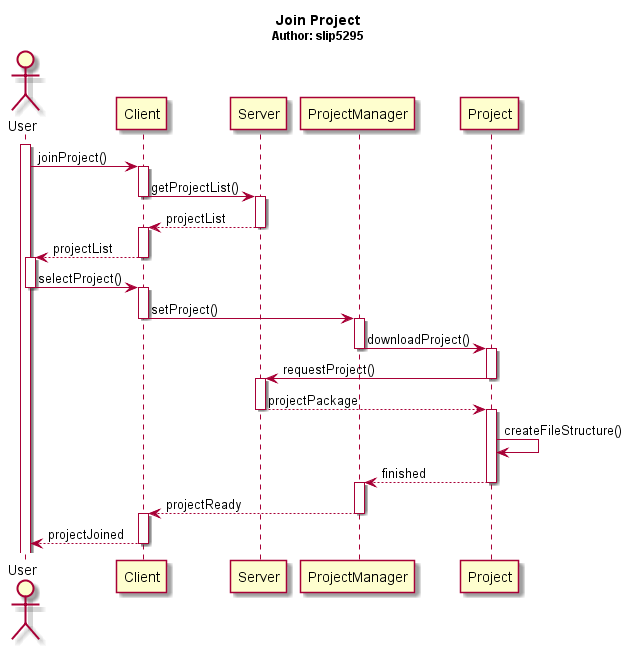
This is Sequence Diagrams/Client/join_project_sequence_diagram.png from voxelv/sQuire_kw, a PlantUML export, as it was before one commit.
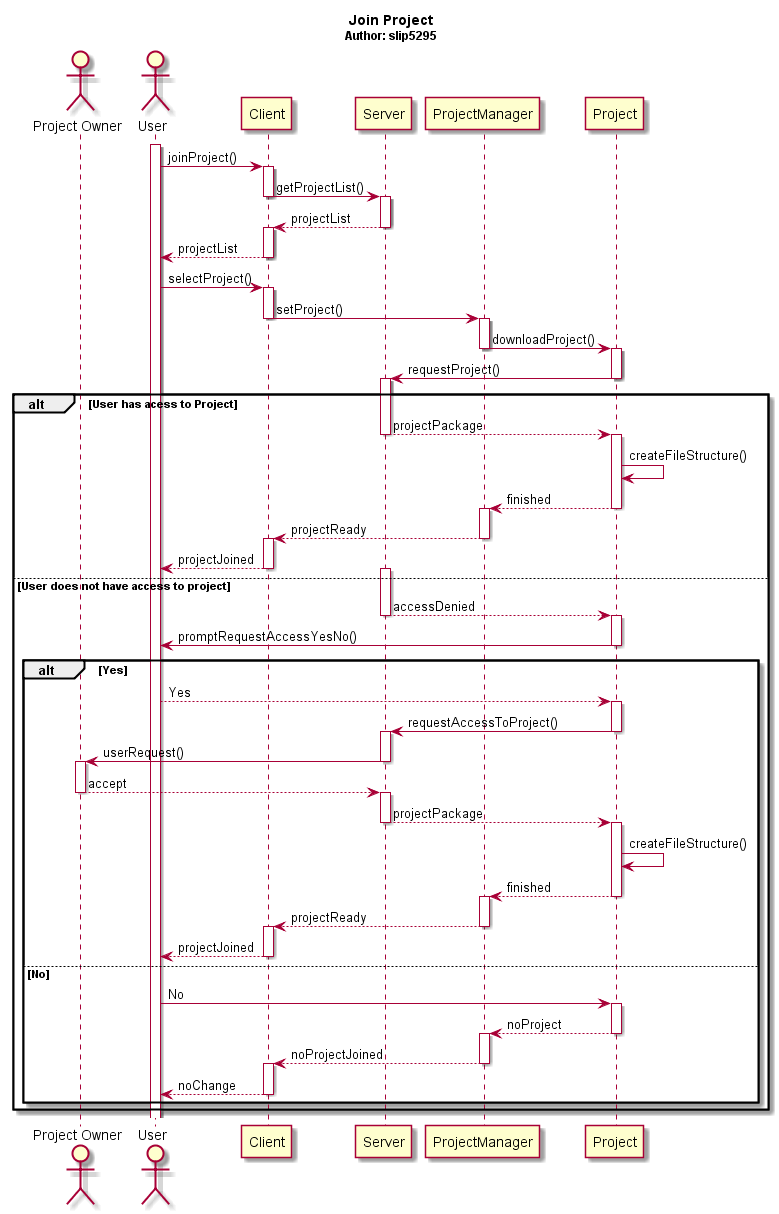
After the change.

The edit, as a diff of the source:
```diff
@@ -2,46 +2,118 @@
 
 title <b>Join Project</b>\n<size:12>Author: slip5295</size>
 
+Actor "Project Owner" as ProjectOwner
+
 Actor User
 Activate User
 
-
 User -> Client : joinProject()
 Activate Client
+
 Client -> Server : getProjectList()
 Deactivate Client
 Activate Server
+
 Server --> Client : projectList
 Deactivate Server
 Activate Client
+
 Client --> User : projectList
 Deactivate Client
-Activate User
 
 User -> Client : selectProject()
-Deactivate User
 Activate Client
+
 Client -> ProjectManager : setProject()
 Deactivate Client
 Activate ProjectManager
+
 ProjectManager -> Project : downloadProject()
 Deactivate ProjectManager
 Activate Project
+
 Project -> Server : requestProject()
 Deactivate Project
 Activate Server
-Server --> Project : projectPackage
-Deactivate Server
-Activate Project
-Project -> Project : createFileStructure()
-Project --> ProjectManager : finished
-Deactivate Project
-Activate ProjectManager
-ProjectManager --> Client : projectReady
-Deactivate ProjectManager
-Activate Client
-Client --> User : projectJoined
-Deactivate Client
+
+alt User has acess to Project
+    Server --> Project : projectPackage
+    Deactivate Server
+    Activate Project
+
+    Project -> Project : createFileStructure()
+    Project --> ProjectManager : finished
+    Deactivate Project
+    Activate ProjectManager
+
+    ProjectManager --> Client : projectReady
+    Deactivate ProjectManager
+    Activate Client
+
+    Client --> User : projectJoined
+    Deactivate Client
+
+else User does not have access to project
+    Activate Server
+
+    Server --> Project : accessDenied
+    Deactivate Server
+    Activate Project
+
+    Project -> User : promptRequestAccessYesNo()
+    Deactivate Project
+
+    alt Yes
+        User --> Project : Yes
+        Activate Project
+
+        Project -> Server : requestAccessToProject()
+        Deactivate Project
+        Activate Server
+
+        Server -> ProjectOwner : userRequest()
+        Deactivate Server
+        Activate ProjectOwner
+
+        ProjectOwner --> Server : accept
+        Deactivate ProjectOwner
+        Activate Server
+
+        Server --> Project : projectPackage
+        Deactivate Server
+        Activate Project
+
+        Project -> Project : createFileStructure()
+        Project --> ProjectManager : finished
+        Deactivate Project
+        Activate ProjectManager
+
+        ProjectManager --> Client : projectReady
+        Deactivate ProjectManager
+        Activate Client
+
+        Client --> User : projectJoined
+        Deactivate Client
+
+    else No
+
+        User -> Project : No
+        Activate Project
+
+        Project --> ProjectManager : noProject
+        Deactivate Project
+        Activate ProjectManager
+
+        ProjectManager --> Client : noProjectJoined
+        Deactivate ProjectManager
+        Activate Client
+
+        Client --> User : noChange
+        Deactivate Client
+
+    end
+
+end
 
 
 
```
